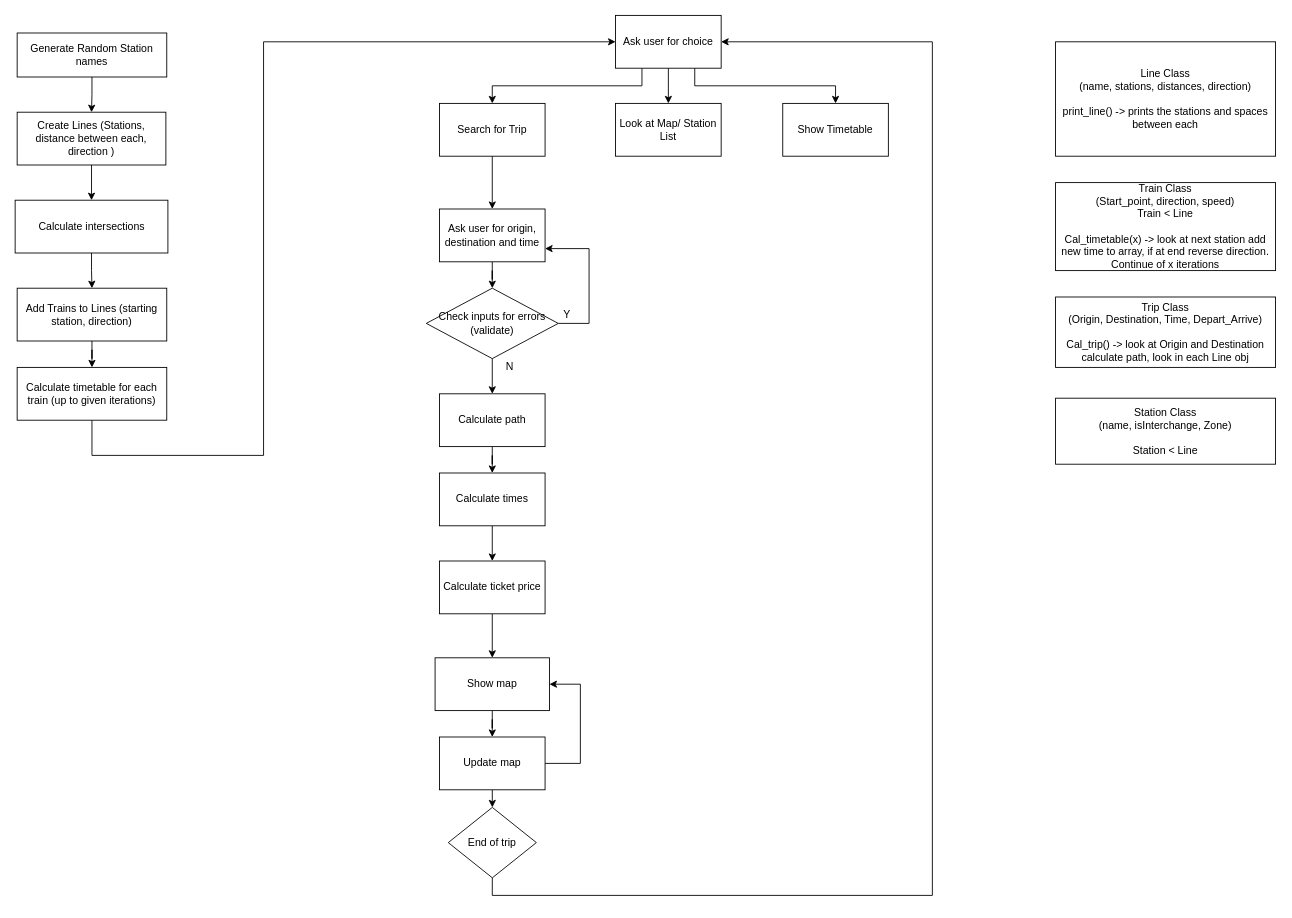
Earlier version of the draw.io diagram page "Page-1" (1 of 3) of docs/Main_flowchart.drawio (ChrisWhite12/Subway-Trip-Planner). Source tidied: cells renumbered, new cells numbered last; positions are measured from the earlier drawing's top-left corner, leaving out a move shared by most shapes. Both pictures are drawn from the tidied source at 88%, with x=0, y=0 at pixel (15, 15).
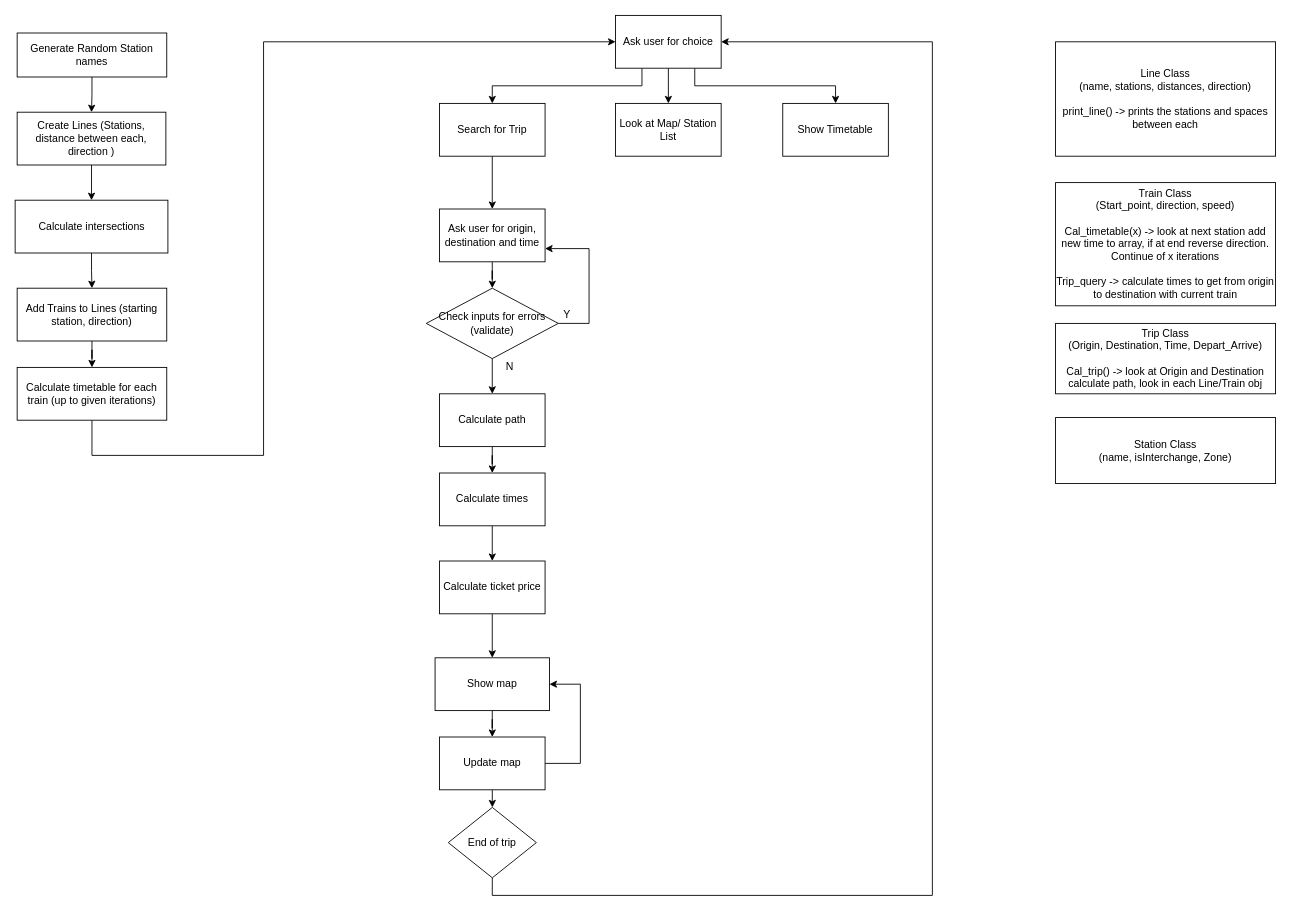
The same page after the edit.

Change to the diagram source:
```diff
@@
-    <mxCell id="35" value="&lt;div&gt;Train Class&lt;/div&gt;&lt;div&gt;(Start_point, direction, speed)&lt;/div&gt;&lt;div&gt;Train &amp;lt; Line&lt;br&gt;&lt;/div&gt;&lt;div&gt;&lt;br&gt;&lt;/div&gt;&lt;div&gt;Cal_timetable(x) -&amp;gt; look at next station add new time to array, if at end reverse direction. Continue of x iterations&lt;br&gt;&lt;/div&gt;" style="rounded=0;whiteSpace=wrap;html=1;" parent="1" vertex="1">
-      <mxGeometry x="1182" y="190" width="250" height="100" as="geometry" />
+    <mxCell id="35" value="&lt;div&gt;Train Class&lt;/div&gt;&lt;div&gt;(Start_point, direction, speed)&lt;/div&gt;&lt;div&gt;&lt;br&gt;&lt;/div&gt;&lt;div&gt;Cal_timetable(x) -&amp;gt; look at next station add new time to array, if at end reverse direction. Continue of x iterations&lt;br&gt;&lt;/div&gt;&lt;div&gt;&lt;br&gt;&lt;/div&gt;&lt;div&gt;Trip_query -&amp;gt; calculate times to get from origin to destination with current train&lt;/div&gt;" style="rounded=0;whiteSpace=wrap;html=1;" parent="1" vertex="1">
+      <mxGeometry x="1182" y="190" width="250" height="140" as="geometry" />
     </mxCell>
-    <mxCell id="36" value="&lt;div&gt;Trip Class&lt;/div&gt;&lt;div&gt;(Origin, Destination, Time, Depart_Arrive)&lt;br&gt;&lt;/div&gt;&lt;div&gt;&lt;br&gt;&lt;/div&gt;&lt;div&gt;Cal_trip() -&amp;gt; look at Origin and Destination calculate path, look in each Line obj&lt;br&gt;&lt;/div&gt;" style="rounded=0;whiteSpace=wrap;html=1;" parent="1" vertex="1">
-      <mxGeometry x="1182" y="320" width="250" height="80" as="geometry" />
+    <mxCell id="36" value="&lt;div&gt;Trip Class&lt;/div&gt;&lt;div&gt;(Origin, Destination, Time, Depart_Arrive)&lt;br&gt;&lt;/div&gt;&lt;div&gt;&lt;br&gt;&lt;/div&gt;&lt;div&gt;Cal_trip() -&amp;gt; look at Origin and Destination calculate path, look in each Line/Train obj&lt;br&gt;&lt;/div&gt;" style="rounded=0;whiteSpace=wrap;html=1;" parent="1" vertex="1">
+      <mxGeometry x="1182" y="350" width="250" height="80" as="geometry" />
     </mxCell>
-    <mxCell id="37" value="&lt;div&gt;Station Class&lt;/div&gt;&lt;div&gt;(name, isInterchange, Zone)&lt;br&gt;&lt;/div&gt;&lt;div&gt;&lt;br&gt;&lt;/div&gt;&lt;div&gt;Station &amp;lt; Line&lt;br&gt;&lt;/div&gt;" style="rounded=0;whiteSpace=wrap;html=1;" parent="1" vertex="1">
-      <mxGeometry x="1182" y="435" width="250" height="75" as="geometry" />
+    <mxCell id="37" value="&lt;div&gt;Station Class&lt;/div&gt;&lt;div&gt;(name, isInterchange, Zone)&lt;/div&gt;" style="rounded=0;whiteSpace=wrap;html=1;" parent="1" vertex="1">
+      <mxGeometry x="1182" y="457" width="250" height="75" as="geometry" />
     </mxCell>
```
